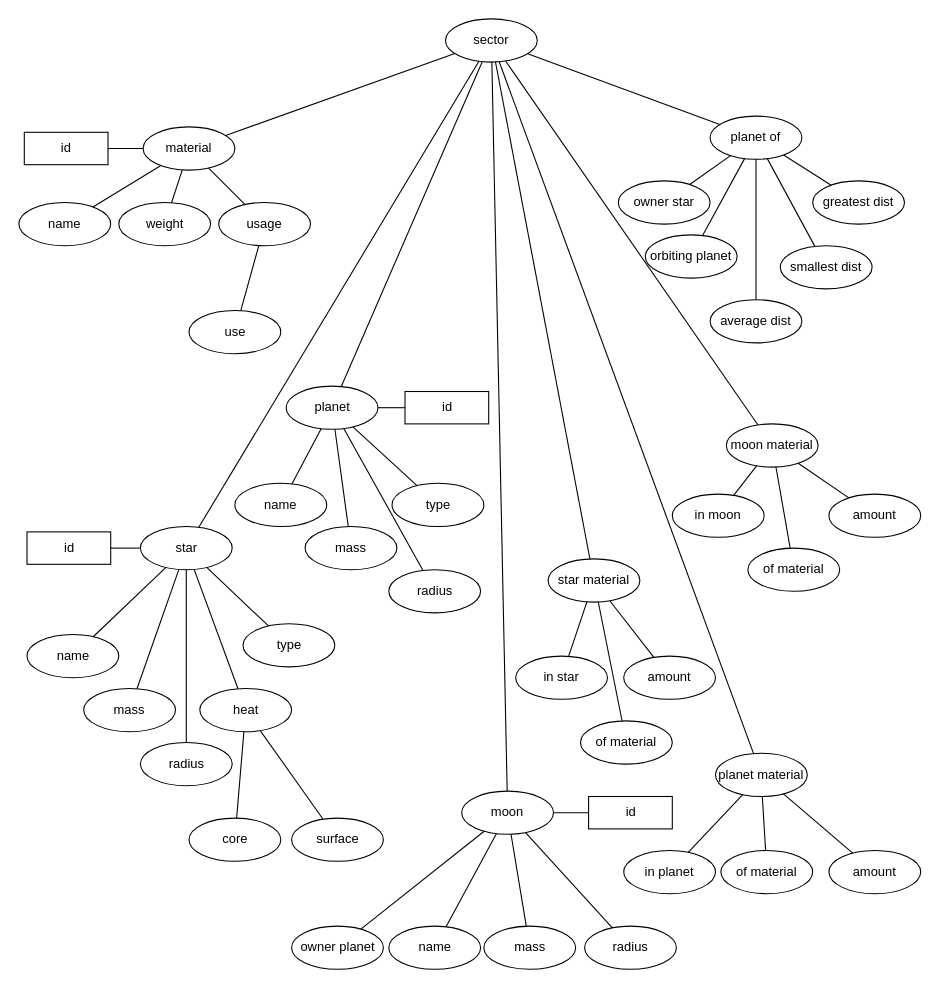
The draw.io diagram XMLFeladatN5IF3V/XDMN5IF3V.drawio in bbalage/N5IF3Vxmlgyak, before the edit. Source tidied: cells renumbered, new cells numbered last; positions are measured from the earlier drawing's top-left corner, leaving out a move shared by most shapes. Both pictures are drawn from the tidied source at 108%, with x=0, y=0 at pixel (18, 18).
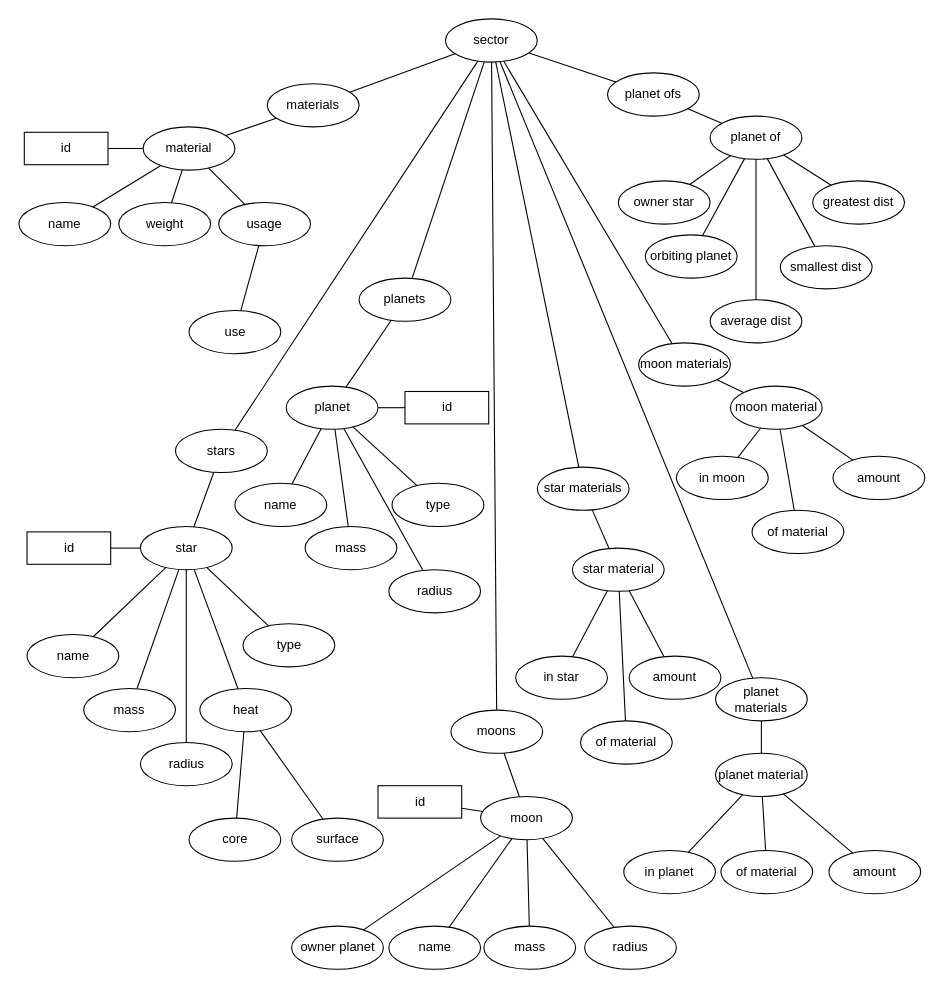
Above is the later version.

Unchanged cells that the change refers to:
```xml
<mxCell id="2" value="sector" style="ellipse;whiteSpace=wrap;html=1;" parent="1" vertex="1">
  <mxGeometry x="395" width="85" height="40" as="geometry" />
</mxCell>
<mxCell id="4" value="planet" style="ellipse;whiteSpace=wrap;html=1;" parent="1" vertex="1">
  <mxGeometry x="247.5" y="340" width="85" height="40" as="geometry" />
</mxCell>
<mxCell id="5" value="star" style="ellipse;whiteSpace=wrap;html=1;" parent="1" vertex="1">
  <mxGeometry x="112.5" y="470" width="85" height="40" as="geometry" />
</mxCell>
<mxCell id="7" value="material" style="ellipse;whiteSpace=wrap;html=1;" parent="1" vertex="1">
  <mxGeometry x="115" y="100" width="85" height="40" as="geometry" />
</mxCell>
<mxCell id="21" value="planet of" style="ellipse;whiteSpace=wrap;html=1;" parent="1" vertex="1">
  <mxGeometry x="640" y="90" width="85" height="40" as="geometry" />
</mxCell>
<mxCell id="23" value="planet material" style="ellipse;whiteSpace=wrap;html=1;" parent="1" vertex="1">
  <mxGeometry x="645" y="680" width="85" height="40" as="geometry" />
</mxCell>
```

Change to the diagram source:
```diff
@@
     <mxCell id="3" value="moon" style="ellipse;whiteSpace=wrap;html=1;" parent="1" vertex="1">
-      <mxGeometry x="410" y="715" width="85" height="40" as="geometry" />
+      <mxGeometry x="427.5" y="720" width="85" height="40" as="geometry" />
     </mxCell>
@@
     <mxCell id="6" value="star material" style="ellipse;whiteSpace=wrap;html=1;" parent="1" vertex="1">
-      <mxGeometry x="490" y="500" width="85" height="40" as="geometry" />
+      <mxGeometry x="512.5" y="490" width="85" height="40" as="geometry" />
     </mxCell>
@@
     <mxCell id="8" value="amount" style="ellipse;whiteSpace=wrap;html=1;" parent="1" vertex="1">
-      <mxGeometry x="560" y="590" width="85" height="40" as="geometry" />
+      <mxGeometry x="565" y="590" width="85" height="40" as="geometry" />
     </mxCell>
@@
     <mxCell id="22" value="moon material" style="ellipse;whiteSpace=wrap;html=1;" parent="1" vertex="1">
-      <mxGeometry x="655" y="375" width="85" height="40" as="geometry" />
+      <mxGeometry x="658.8" y="340" width="85" height="40" as="geometry" />
     </mxCell>
@@
-    <mxCell id="25" style="endArrow=none;html=1;" parent="1" edge="1" source="7" target="2">
+    <mxCell id="25" style="endArrow=none;html=1;" parent="1" edge="1" source="94" target="2">
       <mxGeometry relative="1" as="geometry" />
     </mxCell>
@@
-    <mxCell id="48" style="endArrow=none;html=1;" parent="1" edge="1" source="5" target="2">
+    <mxCell id="48" style="endArrow=none;html=1;" parent="1" edge="1" source="100" target="2">
       <mxGeometry relative="1" as="geometry" />
     </mxCell>
@@
-    <mxCell id="51" style="endArrow=none;html=1;" parent="1" edge="1" source="2" target="23">
+    <mxCell id="51" style="endArrow=none;html=1;" parent="1" edge="1" source="2" target="98">
       <mxGeometry relative="1" as="geometry" />
     </mxCell>
-    <mxCell id="52" style="endArrow=none;html=1;" parent="1" edge="1" source="2" target="6">
+    <mxCell id="52" style="endArrow=none;html=1;" parent="1" edge="1" source="2" target="97">
       <mxGeometry relative="1" as="geometry" />
     </mxCell>
-    <mxCell id="53" style="endArrow=none;html=1;" parent="1" edge="1" source="3" target="2">
+    <mxCell id="53" style="endArrow=none;html=1;" parent="1" edge="1" source="99" target="2">
       <mxGeometry relative="1" as="geometry" />
     </mxCell>
@@
-    <mxCell id="60" style="endArrow=none;html=1;" parent="1" edge="1" source="4" target="2">
+    <mxCell id="60" style="endArrow=none;html=1;" parent="1" edge="1" source="93" target="2">
       <mxGeometry relative="1" as="geometry" />
     </mxCell>
@@
     <mxCell id="67" value="amount" style="ellipse;whiteSpace=wrap;html=1;" parent="1" vertex="1">
-      <mxGeometry x="750" y="440" width="85" height="40" as="geometry" />
+      <mxGeometry x="753.8" y="405" width="85" height="40" as="geometry" />
     </mxCell>
     <mxCell id="68" value="in moon" style="ellipse;whiteSpace=wrap;html=1;" parent="1" vertex="1">
-      <mxGeometry x="605" y="440" width="85" height="40" as="geometry" />
+      <mxGeometry x="608.8" y="405" width="85" height="40" as="geometry" />
     </mxCell>
@@
     <mxCell id="71" value="of material" style="ellipse;whiteSpace=wrap;html=1;" parent="1" vertex="1">
-      <mxGeometry x="675" y="490" width="85" height="40" as="geometry" />
+      <mxGeometry x="678.8" y="455" width="85" height="40" as="geometry" />
     </mxCell>
@@
-    <mxCell id="83" style="endArrow=none;html=1;" parent="1" edge="1" source="2" target="22">
+    <mxCell id="83" style="endArrow=none;html=1;" parent="1" edge="1" source="2" target="96">
       <mxGeometry relative="1" as="geometry" />
     </mxCell>
-    <mxCell id="84" style="endArrow=none;html=1;" parent="1" edge="1" source="2" target="21">
+    <mxCell id="84" style="endArrow=none;html=1;" parent="1" edge="1" source="2" target="95">
       <mxGeometry relative="1" as="geometry" />
     </mxCell>
     <mxCell id="85" value="id" style="rounded=0;whiteSpace=wrap;html=1;" parent="1" vertex="1">
-      <mxGeometry x="527.5" y="720" width="77.5" height="30" as="geometry" />
+      <mxGeometry x="332.5" y="710" width="77.5" height="30" as="geometry" />
     </mxCell>
@@
+    <mxCell id="93" value="planets" style="ellipse;whiteSpace=wrap;html=1;" parent="1" vertex="1">
+      <mxGeometry x="315" y="240" width="85" height="40" as="geometry" />
+    </mxCell>
+    <mxCell id="94" value="materials" style="ellipse;whiteSpace=wrap;html=1;" parent="1" vertex="1">
+      <mxGeometry x="230" y="60" width="85" height="40" as="geometry" />
+    </mxCell>
+    <mxCell id="95" value="planet ofs" style="ellipse;whiteSpace=wrap;html=1;" parent="1" vertex="1">
+      <mxGeometry x="545" y="50" width="85" height="40" as="geometry" />
+    </mxCell>
+    <mxCell id="96" value="moon materials" style="ellipse;whiteSpace=wrap;html=1;" parent="1" vertex="1">
+      <mxGeometry x="573.8" y="300" width="85" height="40" as="geometry" />
+    </mxCell>
+    <mxCell id="97" value="star materials" style="ellipse;whiteSpace=wrap;html=1;" parent="1" vertex="1">
+      <mxGeometry x="480" y="415" width="85" height="40" as="geometry" />
+    </mxCell>
+    <mxCell id="98" value="planet materials" style="ellipse;whiteSpace=wrap;html=1;" parent="1" vertex="1">
+      <mxGeometry x="645" y="610" width="85" height="40" as="geometry" />
+    </mxCell>
+    <mxCell id="99" value="moons" style="ellipse;whiteSpace=wrap;html=1;" parent="1" vertex="1">
+      <mxGeometry x="400" y="640" width="85" height="40" as="geometry" />
+    </mxCell>
+    <mxCell id="100" value="stars" style="ellipse;whiteSpace=wrap;html=1;" parent="1" vertex="1">
+      <mxGeometry x="145" y="380" width="85" height="40" as="geometry" />
+    </mxCell>
+    <mxCell id="101" style="endArrow=none;html=1;" parent="1" edge="1" source="7" target="94">
+      <mxGeometry relative="1" as="geometry" />
+    </mxCell>
+    <mxCell id="102" style="endArrow=none;html=1;" parent="1" edge="1" source="95" target="21">
+      <mxGeometry relative="1" as="geometry" />
+    </mxCell>
+    <mxCell id="103" style="endArrow=none;html=1;" parent="1" edge="1" source="5" target="100">
+      <mxGeometry relative="1" as="geometry" />
+    </mxCell>
+    <mxCell id="104" style="endArrow=none;html=1;" parent="1" edge="1" source="3" target="99">
+      <mxGeometry relative="1" as="geometry" />
+    </mxCell>
+    <mxCell id="105" style="endArrow=none;html=1;" parent="1" edge="1" source="6" target="97">
+      <mxGeometry relative="1" as="geometry" />
+    </mxCell>
+    <mxCell id="106" style="endArrow=none;html=1;" parent="1" edge="1" source="4" target="93">
+      <mxGeometry relative="1" as="geometry" />
+    </mxCell>
+    <mxCell id="107" style="endArrow=none;html=1;" parent="1" edge="1" source="23" target="98">
+      <mxGeometry relative="1" as="geometry" />
+    </mxCell>
+    <mxCell id="108" style="endArrow=none;html=1;" parent="1" edge="1" source="22" target="96">
+      <mxGeometry relative="1" as="geometry" />
+    </mxCell>
```
